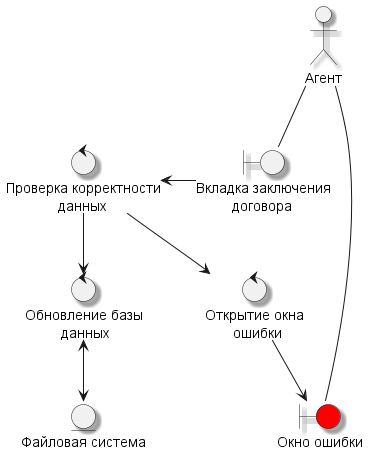
The PlantUML diagram out/Resource/Диаграммы пригодности/Заключение договора (Агент).png in MiFit1/OSOGO, before a commit. The source it was exported from:
```plantuml
@startuml
skinparam Shadowing true
actor "Агент" as agent
boundary "Вкладка заключения\n         договора" as contractWindow
boundary "Окно ошибки" as errorWindow #Red

control "Обновление базы\n         данных" as updateDatabase
control "Проверка корректности\n             данных" as checkCorrectData
control "Открытие окна\n       ошибки" as errorWindowControl
entity "Файловая система" as fs

contractWindow -l-> checkCorrectData
checkCorrectData --> errorWindowControl
errorWindowControl --> errorWindow
checkCorrectData --> updateDatabase
updateDatabase <--> fs

agent -- contractWindow
agent -- errorWindow
@enduml
```
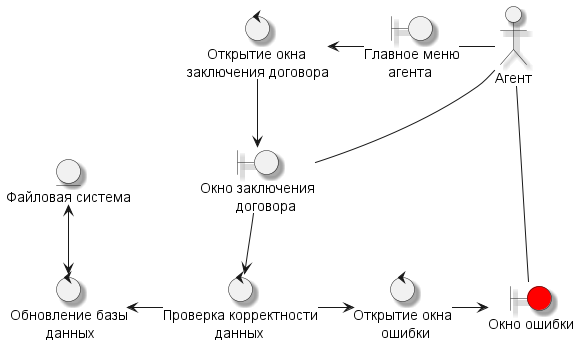
Above is the later version.

The edit, as a diff of the source:
```diff
@@ -1,19 +1,24 @@
 @startuml
 skinparam Shadowing true
 actor "Агент" as agent
-boundary "Вкладка заключения\n         договора" as contractWindow
+boundary "Главное меню\n      агента" as mainMenuAg
+boundary "Окно заключения\n         договора" as contractWindow
 boundary "Окно ошибки" as errorWindow #Red
 
+control "     Открытие окна\nзаключения договора" as contractWindowControl
 control "Обновление базы\n         данных" as updateDatabase
 control "Проверка корректности\n             данных" as checkCorrectData
 control "Открытие окна\n       ошибки" as errorWindowControl
 entity "Файловая система" as fs
 
-contractWindow -l-> checkCorrectData
-checkCorrectData --> errorWindowControl
-errorWindowControl --> errorWindow
-checkCorrectData --> updateDatabase
-updateDatabase <--> fs
+agent -l- mainMenuAg
+mainMenuAg -l-> contractWindowControl
+contractWindowControl --> contractWindow
+contractWindow --> checkCorrectData
+checkCorrectData -r-> errorWindowControl
+errorWindowControl -r-> errorWindow
+checkCorrectData -l-> updateDatabase
+updateDatabase <-u-> fs
 
 agent -- contractWindow
 agent -- errorWindow
```
